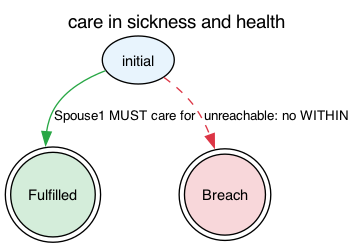
legalese/l4-ide keeps this Graphviz diagram as jl4/examples/state-graphs/careinsicknessandhealth.png. Above is the earlier version. Its source is kept beside it as jl4/examples/state-graphs/careinsicknessandhealth.dot. Source of this version:
```dot
digraph {
    graph [rankdir=TB
          ,label="care in sickness and health"
          ,labelloc=t
          ,fontname=Helvetica
          ,fontsize=14];
    node [fontname=Helvetica
         ,fontsize=11];
    edge [fontname=Helvetica
         ,fontsize=10];
    0 [label=initial
      ,fillcolor=white
      ,style=filled
      ,shape=ellipse
      ,fillcolor="#e8f4fd"];
    1 [label=Fulfilled
      ,fillcolor=white
      ,style=filled
      ,shape=doublecircle
      ,fillcolor="#d4edda"];
    2 [label=Breach
      ,fillcolor=white
      ,style=filled
      ,shape=doublecircle
      ,fillcolor="#f8d7da"];
    0 -> 1 [label="Spouse1 MUST care for"
           ,color="#28a745"
           ,style=solid];
    0 -> 2 [label="unreachable: no WITHIN"
           ,color="#dc3545"
           ,style=dashed];
}
```
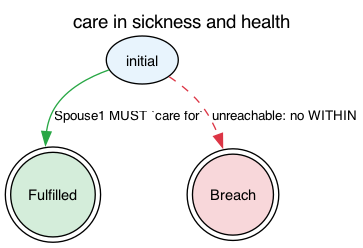
After the commit.

Diff of the diagram source:
```diff
@@ -23,7 +23,7 @@
       ,style=filled
       ,shape=doublecircle
       ,fillcolor="#f8d7da"];
-    0 -> 1 [label="Spouse1 MUST care for"
+    0 -> 1 [label="Spouse1 MUST `care for`"
            ,color="#28a745"
            ,style=solid];
     0 -> 2 [label="unreachable: no WITHIN"
```
